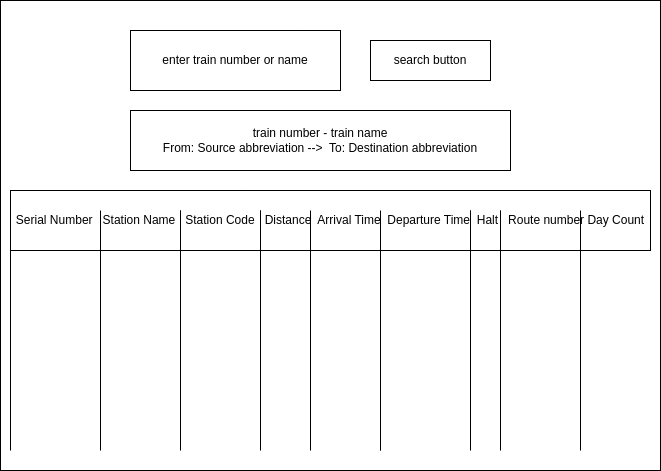
Before: TrainScheduleui.drawio.png, a diagram exported from draw.io (cdac-project-2025/project-diagrams). Source tidied: cells renumbered, new cells last; positions are measured from the earlier drawing's top-left corner, leaving out a move shared by most shapes. Source of this version:
```xml
<mxGraphModel>
  <root>
    <mxCell id="0" />
    <mxCell id="1" parent="0" />
    <mxCell id="2" style="rounded=0;whiteSpace=wrap;html=1;" parent="1" vertex="1">
      <mxGeometry width="660" height="470" as="geometry" />
    </mxCell>
    <mxCell id="3" value="enter train number or name" style="rounded=0;whiteSpace=wrap;html=1;" parent="1" vertex="1">
      <mxGeometry x="130" y="30" width="210" height="60" as="geometry" />
    </mxCell>
    <mxCell id="4" value="search button" style="rounded=0;whiteSpace=wrap;html=1;" parent="1" vertex="1">
      <mxGeometry x="370" y="40" width="120" height="40" as="geometry" />
    </mxCell>
    <mxCell id="5" value="train number - train name&lt;div&gt;From: Source abbreviation --&amp;gt;&amp;nbsp; To: Destination abbreviation&lt;/div&gt;" style="rounded=0;whiteSpace=wrap;html=1;" parent="1" vertex="1">
      <mxGeometry x="130" y="110" width="380" height="60" as="geometry" />
    </mxCell>
    <mxCell id="6" value="Serial Number&amp;nbsp; &amp;nbsp;Station Name&amp;nbsp; &amp;nbsp;Station Code&amp;nbsp; &amp;nbsp;Distance&amp;nbsp; Arrival Time&amp;nbsp; Departure Time&amp;nbsp; Halt&amp;nbsp; &amp;nbsp;Route number Day Count" style="rounded=0;whiteSpace=wrap;html=1;" parent="1" vertex="1">
      <mxGeometry x="10" y="190" width="640" height="60" as="geometry" />
    </mxCell>
    <mxCell id="7" style="shape=partialRectangle;whiteSpace=wrap;html=1;top=0;bottom=0;fillColor=none;" parent="1" vertex="1">
      <mxGeometry x="10" y="220" width="90" height="230" as="geometry" />
    </mxCell>
    <mxCell id="8" style="shape=partialRectangle;whiteSpace=wrap;html=1;top=0;bottom=0;fillColor=none;" parent="1" vertex="1">
      <mxGeometry x="100" y="210" width="80" height="220" as="geometry" />
    </mxCell>
    <mxCell id="9" style="shape=partialRectangle;whiteSpace=wrap;html=1;top=0;bottom=0;fillColor=none;" parent="1" vertex="1">
      <mxGeometry x="180" y="210" width="80" height="240" as="geometry" />
    </mxCell>
    <mxCell id="10" style="shape=partialRectangle;whiteSpace=wrap;html=1;top=0;bottom=0;fillColor=none;" parent="1" vertex="1">
      <mxGeometry x="260" y="210" width="50" height="230" as="geometry" />
    </mxCell>
    <mxCell id="11" style="shape=partialRectangle;whiteSpace=wrap;html=1;top=0;bottom=0;fillColor=none;" parent="1" vertex="1">
      <mxGeometry x="310" y="220" width="70" height="230" as="geometry" />
    </mxCell>
    <mxCell id="12" style="shape=partialRectangle;whiteSpace=wrap;html=1;top=0;bottom=0;fillColor=none;" parent="1" vertex="1">
      <mxGeometry x="380" y="210" width="90" height="240" as="geometry" />
    </mxCell>
    <mxCell id="13" style="shape=partialRectangle;whiteSpace=wrap;html=1;top=0;bottom=0;fillColor=none;" parent="1" vertex="1">
      <mxGeometry x="470" y="210" width="30" height="230" as="geometry" />
    </mxCell>
    <mxCell id="14" style="shape=partialRectangle;whiteSpace=wrap;html=1;top=0;bottom=0;fillColor=none;" parent="1" vertex="1">
      <mxGeometry x="500" y="210" width="80" height="240" as="geometry" />
    </mxCell>
  </root>
</mxGraphModel>
```
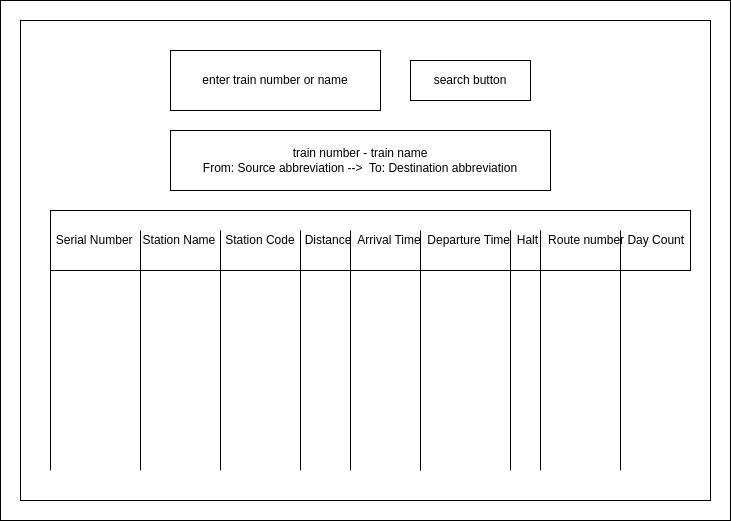
Later version of the same file.

Diff of the diagram source:
```diff
@@ -3,8 +3,11 @@
     <mxCell id="0" />
     <mxCell id="1" parent="0" />
     <mxCell id="2" style="rounded=0;whiteSpace=wrap;html=1;" parent="1" vertex="1">
-      <mxGeometry width="660" height="470" as="geometry" />
+      <mxGeometry x="-40" y="-20" width="730" height="520" as="geometry" />
     </mxCell>
+    <mxCell id="15" style="rounded=0;whiteSpace=wrap;html=1;" parent="1" vertex="1">
+      <mxGeometry x="-20" width="690" height="480" as="geometry" />
+    </mxCell>
     <mxCell id="3" value="enter train number or name" style="rounded=0;whiteSpace=wrap;html=1;" parent="1" vertex="1">
       <mxGeometry x="130" y="30" width="210" height="60" as="geometry" />
     </mxCell>
```
